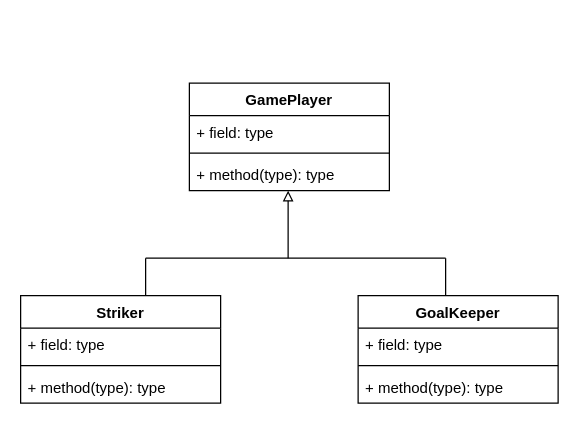
This is soccer project diagram.drawio from Niobium62/Soccer-Project, a draw.io file, before an edit. Source tidied: cells renumbered, new cells numbered last; positions are measured from the earlier drawing's top-left corner, leaving out a move shared by most shapes. Both pictures are drawn from the tidied source at 125%, with x=0, y=0 at pixel (20, 82).
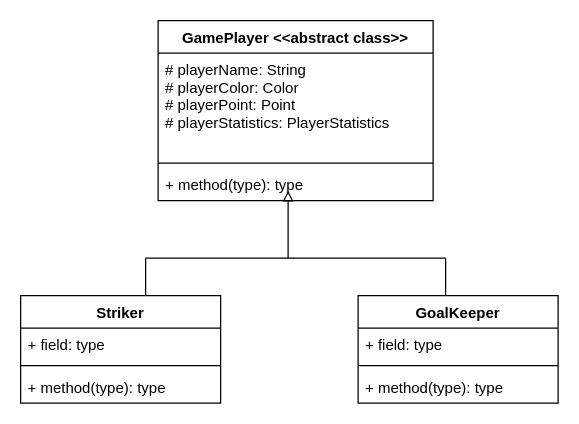
Above is the later version.

Diff of the diagram source:
```diff
@@
-    <mxCell id="2" value="GamePlayer" style="swimlane;fontStyle=1;align=center;verticalAlign=top;horizontal=1;startSize=26;" parent="1" vertex="1">
-      <mxGeometry x="135" width="160" height="86" as="geometry" />
+    <mxCell id="2" value="GamePlayer &lt;&lt;abstract class&gt;&gt;" style="swimlane;fontStyle=1;align=center;verticalAlign=top;horizontal=1;startSize=26;" parent="1" vertex="1">
+      <mxGeometry x="110" y="-50" width="220" height="144" as="geometry" />
     </mxCell>
-    <mxCell id="3" value="+ field: type" style="text;strokeColor=none;fillColor=none;align=left;verticalAlign=top;spacingLeft=4;spacingRight=4;overflow=hidden;" parent="2" vertex="1">
-      <mxGeometry y="26" width="160" height="26" as="geometry" />
+    <mxCell id="3" value="# playerName: String&#10;# playerColor: Color&#10;# playerPoint: Point&#10;# playerStatistics: PlayerStatistics&#10;" style="text;strokeColor=none;fillColor=none;align=left;verticalAlign=top;spacingLeft=4;spacingRight=4;overflow=hidden;" parent="2" vertex="1">
+      <mxGeometry y="26" width="220" height="84" as="geometry" />
     </mxCell>
     <mxCell id="4" style="line;strokeWidth=1;fillColor=none;align=left;verticalAlign=middle;spacingTop=-1;spacingLeft=3;spacingRight=3;labelPosition=right;" parent="2" vertex="1">
-      <mxGeometry y="52" width="160" height="8" as="geometry" />
+      <mxGeometry y="110" width="220" height="8" as="geometry" />
     </mxCell>
     <mxCell id="5" value="+ method(type): type" style="text;strokeColor=none;fillColor=none;align=left;verticalAlign=top;spacingLeft=4;spacingRight=4;overflow=hidden;" parent="2" vertex="1">
-      <mxGeometry y="60" width="160" height="26" as="geometry" />
+      <mxGeometry y="118" width="220" height="26" as="geometry" />
     </mxCell>
```
